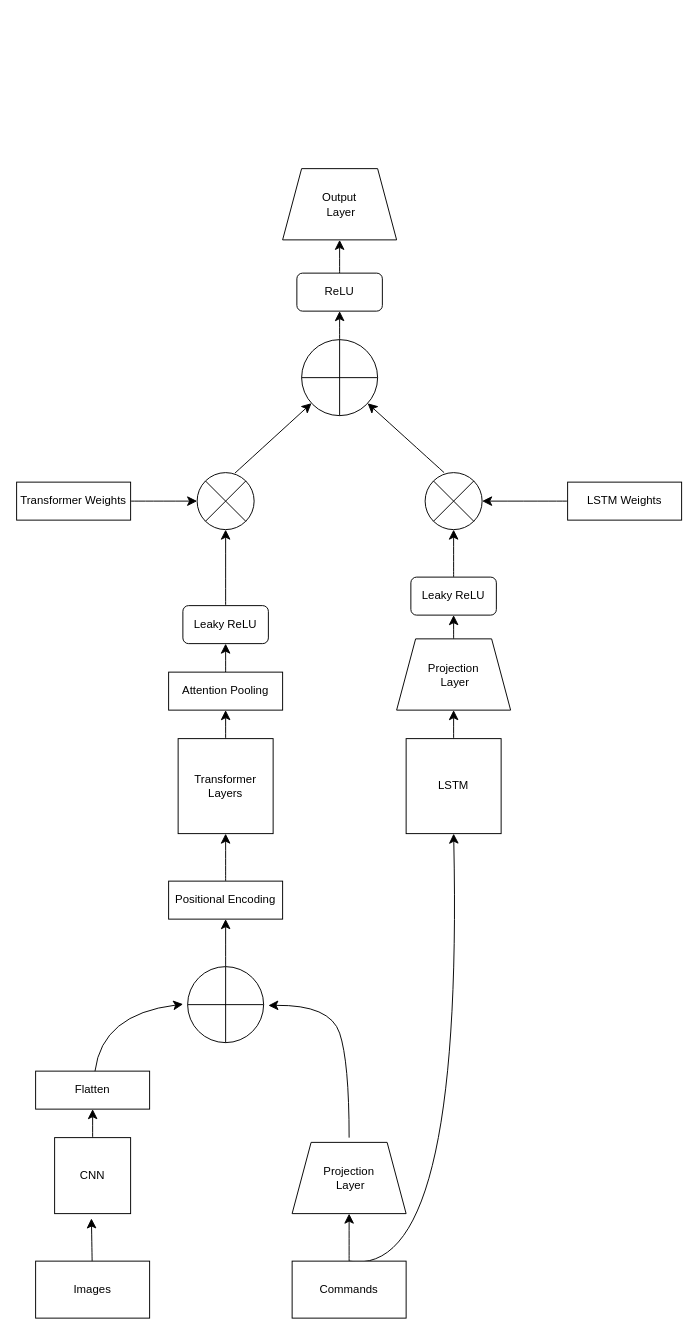
This is Untitled Diagram.drawio from gagewrye/Projects, a draw.io file, before an edit. Source tidied: cells renumbered, new cells numbered last; positions are measured from the earlier drawing's top-left corner, leaving out a move shared by most shapes. Both pictures are drawn from the tidied source at 95%, with x=0, y=0 at pixel (16, 168).
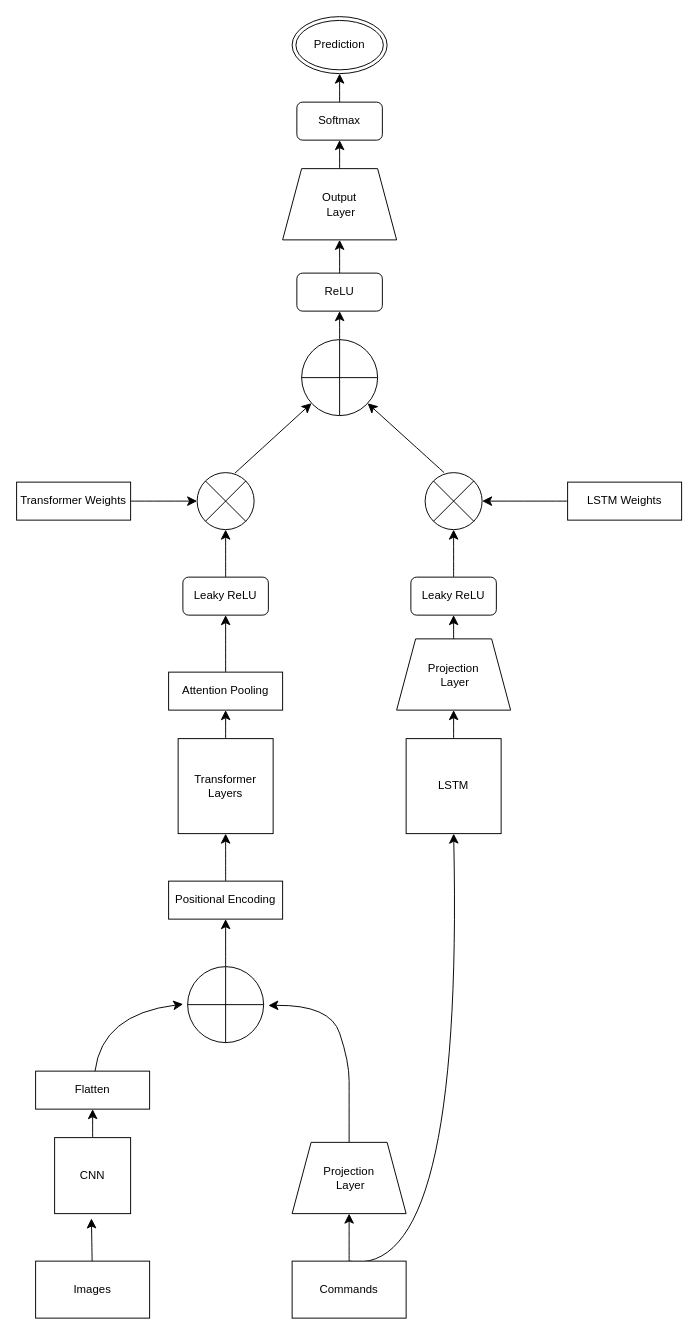
Above is the later version.

Unchanged cells that the change refers to:
```xml
<mxCell id="11" style="shape=orEllipse;perimeter=ellipsePerimeter;whiteSpace=wrap;html=1;backgroundOutline=1;" parent="1" vertex="1">
  <mxGeometry x="180" y="840" width="80" height="80" as="geometry" />
</mxCell>
<mxCell id="20" value="Projection&lt;div&gt;&amp;nbsp;Layer&lt;/div&gt;" style="shape=trapezoid;perimeter=trapezoidPerimeter;whiteSpace=wrap;html=1;fixedSize=1;" parent="1" vertex="1">
  <mxGeometry x="290" y="1025" width="120" height="75" as="geometry" />
</mxCell>
<mxCell id="41" value="Output&lt;br&gt;&lt;div&gt;&amp;nbsp;Layer&lt;/div&gt;" style="shape=trapezoid;perimeter=trapezoidPerimeter;whiteSpace=wrap;html=1;fixedSize=1;" parent="1" vertex="1">
  <mxGeometry x="280" width="120" height="75" as="geometry" />
</mxCell>
```

Change to the diagram source:
```diff
@@
-    <mxCell id="13" style="edgeStyle=none;curved=1;rounded=0;jettySize=auto;html=1;entryX=1.062;entryY=0.511;entryDx=0;entryDy=0;entryPerimeter=0;fontSize=12;startSize=8;endSize=8;" parent="1" edge="1" target="11">
+    <mxCell id="13" style="edgeStyle=none;curved=1;rounded=0;jettySize=auto;html=1;entryX=1.062;entryY=0.511;entryDx=0;entryDy=0;entryPerimeter=0;fontSize=12;startSize=8;endSize=8;exitX=0.5;exitY=0;exitDx=0;exitDy=0;" parent="1" edge="1" source="20" target="11">
       <mxGeometry relative="1" as="geometry">
-        <mxPoint x="350" y="1020" as="sourcePoint" />
         <Array as="points">
+          <mxPoint x="350" y="980" />
           <mxPoint x="350" y="940" />
           <mxPoint x="330" y="880" />
         </Array>
       </mxGeometry>
     </mxCell>
@@
     <mxCell id="22" value="Leaky ReLU" style="rounded=1;whiteSpace=wrap;html=1;" parent="1" vertex="1">
-      <mxGeometry x="175" y="460" width="90" height="40" as="geometry" />
+      <mxGeometry x="175" y="430" width="90" height="40" as="geometry" />
     </mxCell>
@@
+    <mxCell id="42" style="edgeStyle=none;curved=1;rounded=0;jettySize=auto;html=1;entryX=0.5;entryY=1;entryDx=0;entryDy=0;fontSize=12;startSize=8;endSize=8;" parent="1" edge="1" source="41" target="44">
+      <mxGeometry relative="1" as="geometry" />
+    </mxCell>
@@
+    <mxCell id="43" style="edgeStyle=none;curved=1;rounded=0;jettySize=auto;html=1;entryX=0.5;entryY=1;entryDx=0;entryDy=0;fontSize=12;startSize=8;endSize=8;" parent="1" edge="1" source="44" target="45">
+      <mxGeometry relative="1" as="geometry" />
+    </mxCell>
+    <mxCell id="44" value="Softmax" style="rounded=1;whiteSpace=wrap;html=1;" parent="1" vertex="1">
+      <mxGeometry x="295" y="-70" width="90" height="40" as="geometry" />
+    </mxCell>
+    <mxCell id="45" value="Prediction" style="ellipse;shape=doubleEllipse;whiteSpace=wrap;html=1;" parent="1" vertex="1">
+      <mxGeometry x="290" y="-160" width="100" height="60" as="geometry" />
+    </mxCell>
```
